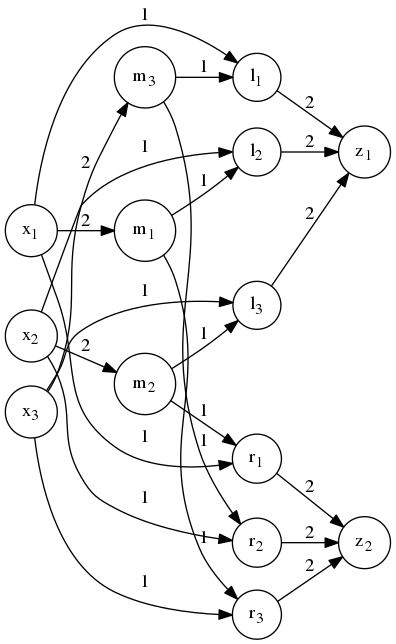
Before: p1/mcculloch-pitts.png, a diagram exported from Graphviz (Serede/neuro-1718). Its source is kept beside it as p1/mcculloch-pitts.dot.
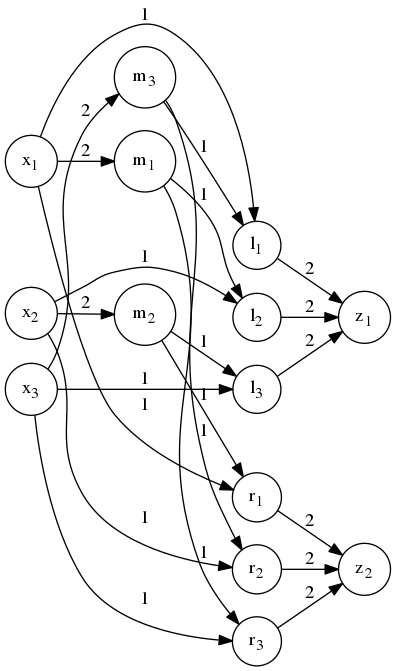
The same diagram one commit later.

Commit message:
Dealing with graph issues

Diff of the diagram source:
```diff
@@ -3,52 +3,64 @@
 
 	node [shape = circle];
 
-	x_1 [label = <x<SUB>1</SUB>>, group=main]
-	x_2 [label = <x<SUB>2</SUB>>, group=main]
-	x_3 [label = <x<SUB>3</SUB>>, group=main]
+	subgraph X1 {
+		x_1 [label = <x<SUB>1</SUB>>];
+		m_1 [label = <m<SUB>1</SUB>>];
+		x_1 -> 	m_1 [ label = 2 ]
+	}
 
-	m_1 [label = <m<SUB>1</SUB>>]
-	m_2 [label = <m<SUB>2</SUB>>]
-	m_3 [label = <m<SUB>3</SUB>>]
+	subgraph X2 {
+		x_2 [label = <x<SUB>2</SUB>>];
+		m_2 [label = <m<SUB>2</SUB>>];
+		x_2 -> 	m_2 [ label = 2 ]
+	}
 
-	l_1 [label = <l<SUB>1</SUB>>, group=main]
-	l_2 [label = <l<SUB>2</SUB>>, group=main]
-	l_3 [label = <l<SUB>3</SUB>>, group=main]
+	subgraph X3 {
+		x_3 [label = <x<SUB>3</SUB>>, group=main];
+		m_3 [label = <m<SUB>3</SUB>>];
+		x_3 -> 	m_3 [ label = 2 ]
+	}
 
-	r_1 [label = <r<SUB>1</SUB>>, group=main]
-	r_2 [label = <r<SUB>2</SUB>>, group=main]
-	r_3 [label = <r<SUB>3</SUB>>, group=main]
+	subgraph L {
+		l_1 [label = <l<SUB>1</SUB>>, group=main]
+		l_2 [label = <l<SUB>2</SUB>>, group=main]
+		l_3 [label = <l<SUB>3</SUB>>, group=main]
 
-	z_1 [label = <z<SUB>1</SUB>>, group=main]
-	z_2 [label = <z<SUB>2</SUB>>, group=main]
+		x_1 -> l_1 [ label = 1 ]
+		x_2 -> l_2 [ label = 1 ]
+		x_3 -> l_3 [ label = 1 ]
 
-	x_1 -> 	m_1 [ label = 2 ]
-	x_2 -> 	m_2 [ label = 2 ]
-	x_3 -> 	m_3 [ label = 2 ]
+		m_3 -> l_1 [ label = 1 ]
+		m_1 -> l_2 [ label = 1 ]
+		m_2 -> l_3 [ label = 1 ]
+	}
 
-	x_1 -> l_1 [ label = 1 ]
-	x_2 -> l_2 [ label = 1 ]
-	x_3 -> l_3 [ label = 1 ]
+	subgraph R {
+		r_1 [label = <r<SUB>1</SUB>>, group=main]
+		r_2 [label = <r<SUB>2</SUB>>, group=main]
+		r_3 [label = <r<SUB>3</SUB>>, group=main]
 
-	m_3 -> l_1 [ label = 1 ]
-	m_1 -> l_2 [ label = 1 ]
-	m_2 -> l_3 [ label = 1 ]
+		x_1 -> r_1 [ label = 1 ]
+		x_2 -> r_2 [ label = 1 ]
+		x_3 -> r_3 [ label = 1 ]
 
-	x_1 -> r_1 [ label = 1 ]
-	x_2 -> r_2 [ label = 1 ]
-	x_3 -> r_3 [ label = 1 ]
+		m_2 -> r_1 [ label = 1 ]
+		m_3 -> r_2 [ label = 1 ]
+		m_1 -> r_3 [ label = 1 ]
+	}
 
-	m_2 -> r_1 [ label = 1 ]
-	m_3 -> r_2 [ label = 1 ]
-	m_1 -> r_3 [ label = 1 ]
+	subgraph Z {
+		z_1 [label = <z<SUB>1</SUB>>, group=main]
+		z_2 [label = <z<SUB>2</SUB>>, group=main]
 
-	l_1 -> z_1 [ label = 2 ]
-	l_2 -> z_1 [ label = 2 ]
-	l_3 -> z_1 [ label = 2 ]
+		l_1 -> z_1 [ label = 2 ]
+		l_2 -> z_1 [ label = 2 ]
+		l_3 -> z_1 [ label = 2 ]
 
-	r_1 -> z_2 [ label = 2 ]
-	r_2 -> z_2 [ label = 2 ]
-	r_3 -> z_2 [ label = 2 ]
+		r_1 -> z_2 [ label = 2 ]
+		r_2 -> z_2 [ label = 2 ]
+		r_3 -> z_2 [ label = 2 ]
 
+	}
 
 }
```
